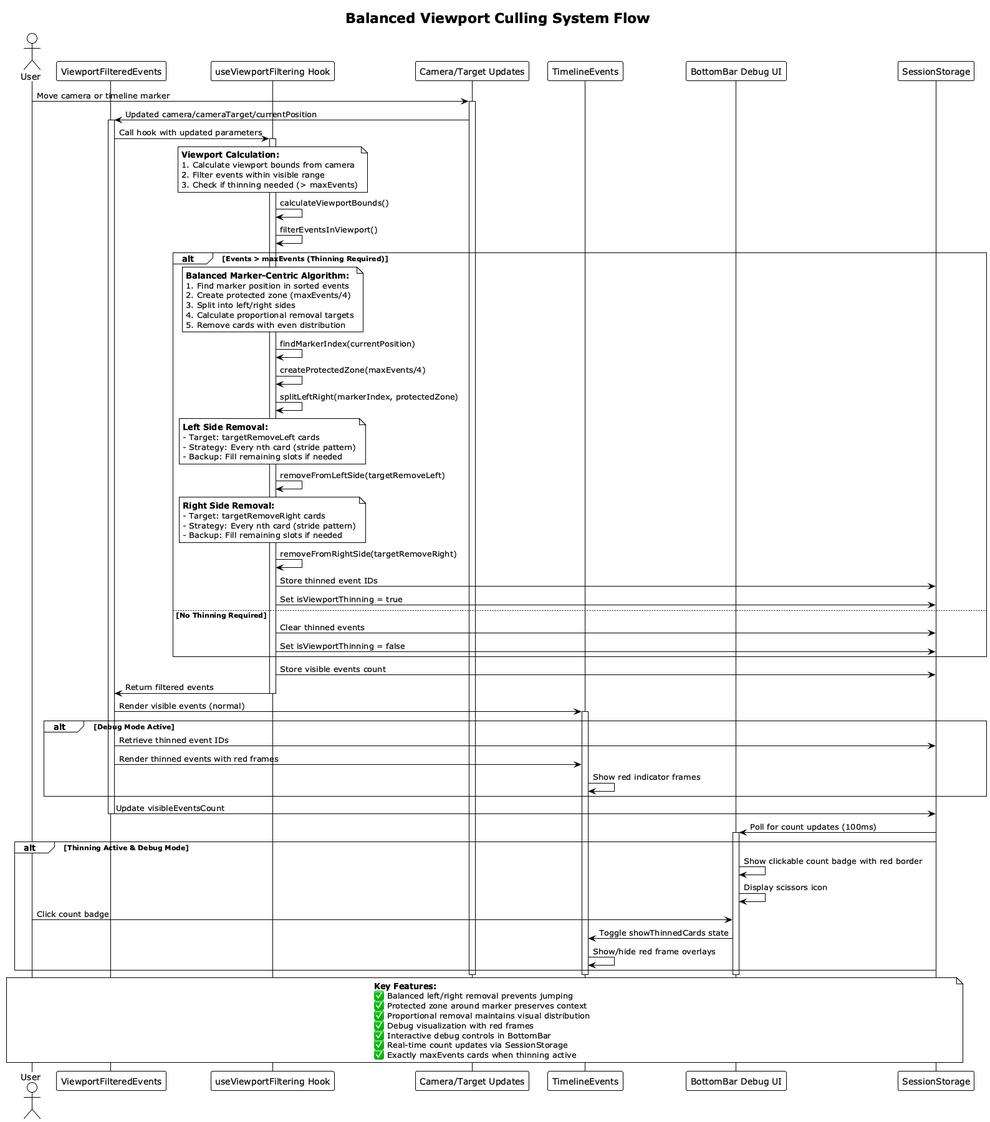
fwornle/timeline keeps this PlantUML diagram as docs/images/viewport-culling-flow.png. Above is the earlier version. Its diagram source:
```plantuml
@startuml viewport-culling-flow
!theme plain
skinparam backgroundColor #FFFFFF
skinparam sequenceStyle strictuml

title Balanced Viewport Culling System Flow

actor User
participant "ViewportFilteredEvents" as VFE
participant "useViewportFiltering Hook" as VFH
participant "Camera/Target Updates" as Camera
participant "TimelineEvents" as Events
participant "BottomBar Debug UI" as Debug
participant "SessionStorage" as Storage

User -> Camera : Move camera or timeline marker
activate Camera

Camera -> VFE : Updated camera/cameraTarget/currentPosition
activate VFE

VFE -> VFH : Call hook with updated parameters
activate VFH

note over VFH
**Viewport Calculation:**
1. Calculate viewport bounds from camera
2. Filter events within visible range
3. Check if thinning needed (> maxEvents)
end note

VFH -> VFH : calculateViewportBounds()
VFH -> VFH : filterEventsInViewport()

alt Events > maxEvents (Thinning Required)
    note over VFH
    **Balanced Marker-Centric Algorithm:**
    1. Find marker position in sorted events
    2. Create protected zone (maxEvents/4)
    3. Split into left/right sides
    4. Calculate proportional removal targets
    5. Remove cards with even distribution
    end note

    VFH -> VFH : findMarkerIndex(currentPosition)
    VFH -> VFH : createProtectedZone(maxEvents/4)
    VFH -> VFH : splitLeftRight(markerIndex, protectedZone)

    note over VFH
    **Left Side Removal:**
    - Target: targetRemoveLeft cards
    - Strategy: Every nth card (stride pattern)
    - Backup: Fill remaining slots if needed
    end note

    VFH -> VFH : removeFromLeftSide(targetRemoveLeft)

    note over VFH
    **Right Side Removal:**
    - Target: targetRemoveRight cards
    - Strategy: Every nth card (stride pattern)
    - Backup: Fill remaining slots if needed
    end note

    VFH -> VFH : removeFromRightSide(targetRemoveRight)

    VFH -> Storage : Store thinned event IDs
    VFH -> Storage : Set isViewportThinning = true

else No Thinning Required
    VFH -> Storage : Clear thinned events
    VFH -> Storage : Set isViewportThinning = false
end

VFH -> Storage : Store visible events count
VFH -> VFE : Return filtered events
deactivate VFH

VFE -> Events : Render visible events (normal)
activate Events

alt Debug Mode Active
    VFE -> Storage : Retrieve thinned event IDs
    VFE -> Events : Render thinned events with red frames
    Events -> Events : Show red indicator frames
end

VFE -> Storage : Update visibleEventsCount
deactivate VFE

Storage -> Debug : Poll for count updates (100ms)
activate Debug

alt Thinning Active & Debug Mode
    Debug -> Debug : Show clickable count badge with red border
    Debug -> Debug : Display scissors icon

    User -> Debug : Click count badge
    Debug -> Events : Toggle showThinnedCards state
    Events -> Events : Show/hide red frame overlays
end

deactivate Events
deactivate Camera
deactivate Debug

note over User, Storage
**Key Features:**
✅ Balanced left/right removal prevents jumping
✅ Protected zone around marker preserves context
✅ Proportional removal maintains visual distribution
✅ Debug visualization with red frames
✅ Interactive debug controls in BottomBar
✅ Real-time count updates via SessionStorage
✅ Exactly maxEvents cards when thinning active
end note

@enduml
```
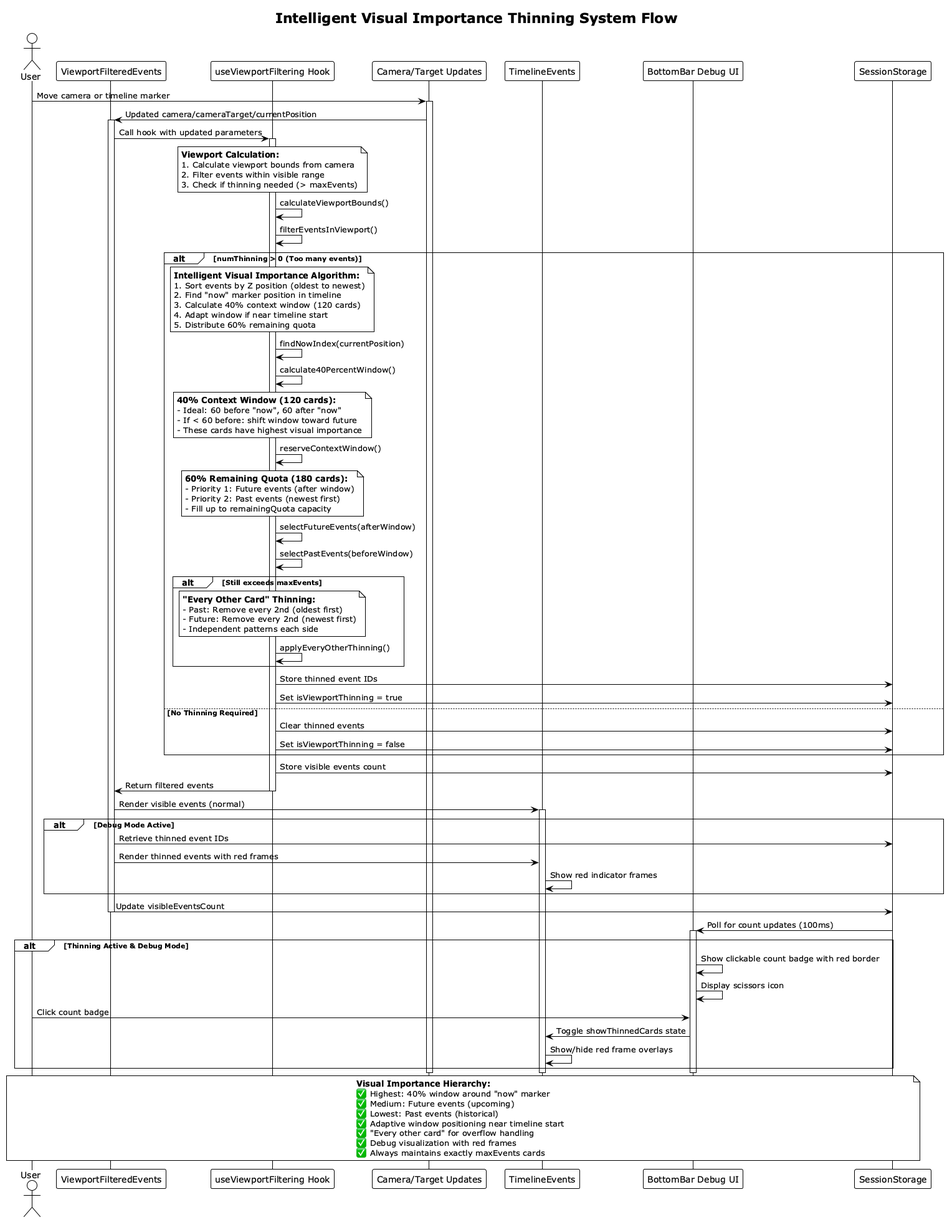
Above is the later version.

Commit message:
docs: updated culling/thinning documentation

The edit, as a diff of the source:
```diff
@@ -3,7 +3,7 @@
 skinparam backgroundColor #FFFFFF
 skinparam sequenceStyle strictuml
 
-title Balanced Viewport Culling System Flow
+title Intelligent Visual Importance Thinning System Flow
 
 actor User
 participant "ViewportFilteredEvents" as VFE
@@ -32,37 +32,48 @@
 VFH -> VFH : calculateViewportBounds()
 VFH -> VFH : filterEventsInViewport()
 
-alt Events > maxEvents (Thinning Required)
+alt numThinning > 0 (Too many events)
     note over VFH
-    **Balanced Marker-Centric Algorithm:**
-    1. Find marker position in sorted events
-    2. Create protected zone (maxEvents/4)
-    3. Split into left/right sides
-    4. Calculate proportional removal targets
-    5. Remove cards with even distribution
+    **Intelligent Visual Importance Algorithm:**
+    1. Sort events by Z position (oldest to newest)
+    2. Find "now" marker position in timeline
+    3. Calculate 40% context window (120 cards)
+    4. Adapt window if near timeline start
+    5. Distribute 60% remaining quota
     end note
 
-    VFH -> VFH : findMarkerIndex(currentPosition)
-    VFH -> VFH : createProtectedZone(maxEvents/4)
-    VFH -> VFH : splitLeftRight(markerIndex, protectedZone)
+    VFH -> VFH : findNowIndex(currentPosition)
+    VFH -> VFH : calculate40PercentWindow()
 
     note over VFH
-    **Left Side Removal:**
-    - Target: targetRemoveLeft cards
-    - Strategy: Every nth card (stride pattern)
-    - Backup: Fill remaining slots if needed
+    **40% Context Window (120 cards):**
+    - Ideal: 60 before "now", 60 after "now"
+    - If < 60 before: shift window toward future
+    - These cards have highest visual importance
     end note
 
-    VFH -> VFH : removeFromLeftSide(targetRemoveLeft)
+    VFH -> VFH : reserveContextWindow()
 
     note over VFH
-    **Right Side Removal:**
-    - Target: targetRemoveRight cards
-    - Strategy: Every nth card (stride pattern)
-    - Backup: Fill remaining slots if needed
+    **60% Remaining Quota (180 cards):**
+    - Priority 1: Future events (after window)
+    - Priority 2: Past events (newest first)
+    - Fill up to remainingQuota capacity
     end note
 
-    VFH -> VFH : removeFromRightSide(targetRemoveRight)
+    VFH -> VFH : selectFutureEvents(afterWindow)
+    VFH -> VFH : selectPastEvents(beforeWindow)
+
+    alt Still exceeds maxEvents
+        note over VFH
+        **"Every Other Card" Thinning:**
+        - Past: Remove every 2nd (oldest first)
+        - Future: Remove every 2nd (newest first)
+        - Independent patterns each side
+        end note
+
+        VFH -> VFH : applyEveryOtherThinning()
+    end
 
     VFH -> Storage : Store thinned event IDs
     VFH -> Storage : Set isViewportThinning = true
@@ -105,14 +116,14 @@
 deactivate Debug
 
 note over User, Storage
-**Key Features:**
-✅ Balanced left/right removal prevents jumping
-✅ Protected zone around marker preserves context
-✅ Proportional removal maintains visual distribution
+**Visual Importance Hierarchy:**
+✅ Highest: 40% window around "now" marker
+✅ Medium: Future events (upcoming)
+✅ Lowest: Past events (historical)
+✅ Adaptive window positioning near timeline start
+✅ "Every other card" for overflow handling
 ✅ Debug visualization with red frames
-✅ Interactive debug controls in BottomBar
-✅ Real-time count updates via SessionStorage
-✅ Exactly maxEvents cards when thinning active
+✅ Always maintains exactly maxEvents cards
 end note
 
 @enduml
```
